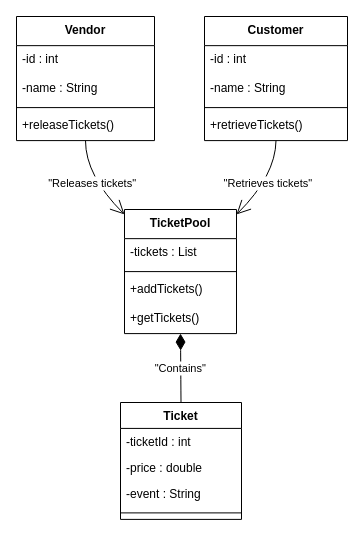
The draw.io diagram Untitled Diagram.drawio in ShenalSen/Real-Time-Event-Ticketing-System-with-Advanced-Producer-Consumer-Implementation, before the edit. Source tidied: cells renumbered, new cells numbered last; positions are measured from the earlier drawing's top-left corner, leaving out a move shared by most shapes. Both pictures are drawn from the tidied source at 100%, with x=0, y=0 at pixel (16, 16).
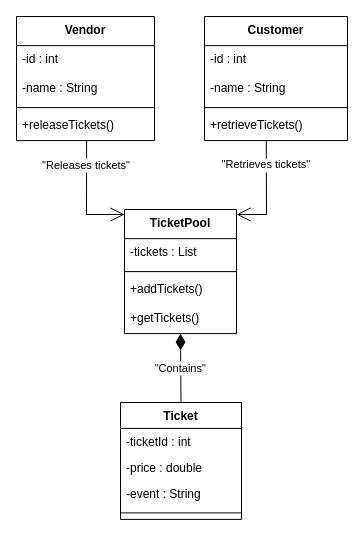
After the change.

The change refers to these unchanged cells:
```xml
<mxCell id="2" value="Vendor" style="swimlane;fontStyle=1;align=center;verticalAlign=top;horizontal=1;startSize=29.149999618530273;" parent="1" vertex="1">
  <mxGeometry width="138" height="124.1" as="geometry" />
</mxCell>
<mxCell id="6" value="+releaseTickets()" style="text;strokeColor=none;fillColor=none;align=left;verticalAlign=top;spacingLeft=4;spacingRight=4;overflow=hidden;points=[[0,0.5],[1,0.5]];portConstraint=eastwest;" parent="2" vertex="1">
  <mxGeometry y="95.1" width="138" height="29" as="geometry" />
</mxCell>
<mxCell id="7" value="Customer" style="swimlane;fontStyle=1;align=center;verticalAlign=top;horizontal=1;startSize=29.149999618530273;" parent="1" vertex="1">
  <mxGeometry x="188" width="143" height="124.1" as="geometry" />
</mxCell>
<mxCell id="11" value="+retrieveTickets()" style="text;strokeColor=none;fillColor=none;align=left;verticalAlign=top;spacingLeft=4;spacingRight=4;overflow=hidden;points=[[0,0.5],[1,0.5]];portConstraint=eastwest;" parent="7" vertex="1">
  <mxGeometry y="95.1" width="143" height="29" as="geometry" />
</mxCell>
<mxCell id="12" value="TicketPool" style="swimlane;fontStyle=1;align=center;verticalAlign=top;horizontal=1;startSize=29.149999618530273;" parent="1" vertex="1">
  <mxGeometry x="108" y="193" width="112" height="124.1" as="geometry" />
</mxCell>
```

Diff of the diagram source:
```diff
@@
-    <mxCell id="22" value="&quot;Releases tickets&quot;" style="curved=1;startArrow=none;endArrow=open;endSize=12;exitX=0.5;exitY=1;entryX=0;entryY=0.04;rounded=0;" parent="1" edge="1" source="2" target="12">
-      <mxGeometry relative="1" as="geometry">
+    <mxCell id="22" value="&quot;Releases tickets&quot;" style="curved=0;startArrow=none;endArrow=open;endSize=12;entryX=0;entryY=0.04;rounded=0;exitX=0.508;exitY=0.997;exitDx=0;exitDy=0;exitPerimeter=0;" parent="1" edge="1" source="6" target="12">
+      <mxGeometry x="-0.57" relative="1" as="geometry">
         <Array as="points">
-          <mxPoint x="69" y="159" />
+          <mxPoint x="70" y="198" />
         </Array>
       </mxGeometry>
     </mxCell>
-    <mxCell id="23" value="&quot;Retrieves tickets&quot;" style="curved=1;startArrow=none;endArrow=open;endSize=12;exitX=0.5;exitY=1;entryX=1;entryY=0.04;rounded=0;" parent="1" edge="1" source="7" target="12">
-      <mxGeometry relative="1" as="geometry">
+    <mxCell id="23" value="&quot;Retrieves tickets&quot;" style="curved=0;startArrow=none;endArrow=open;endSize=12;exitX=0.432;exitY=1.021;entryX=1;entryY=0.04;rounded=0;exitDx=0;exitDy=0;exitPerimeter=0;" parent="1" edge="1" source="11" target="12">
+      <mxGeometry x="-0.55" relative="1" as="geometry">
         <Array as="points">
-          <mxPoint x="259" y="159" />
+          <mxPoint x="250" y="198" />
         </Array>
       </mxGeometry>
     </mxCell>
```
